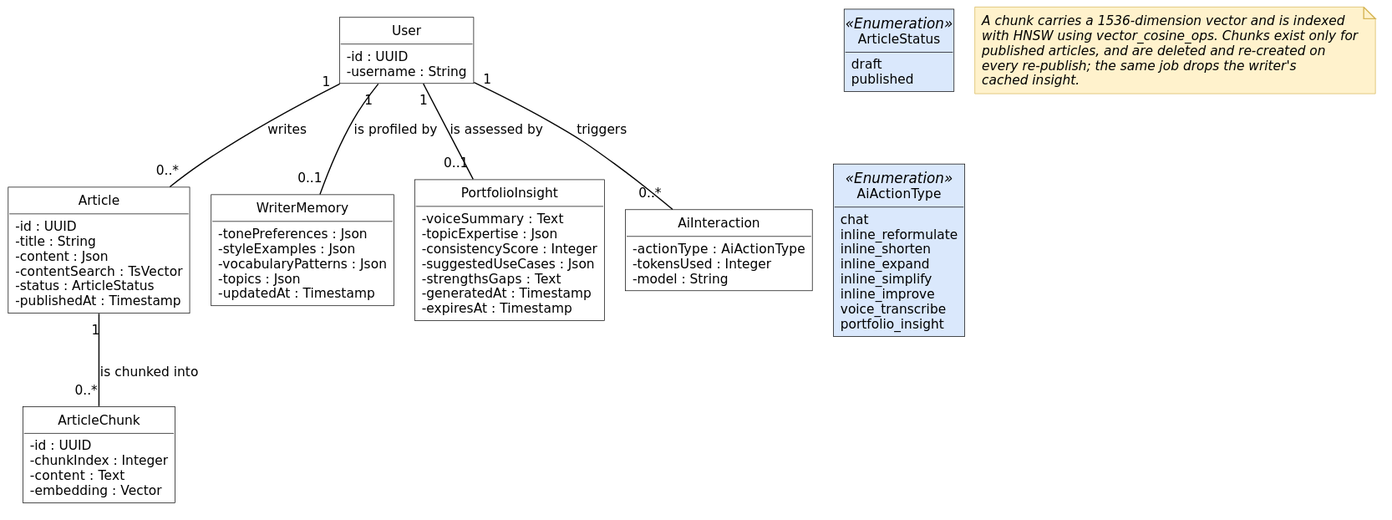
inkwell-dev/spec.inkwell.ai keeps this PlantUML diagram as diagrams/fig-5-6-classes-sprint-4/fig-5-6-classes-sprint-4.svg. Above is the earlier version. Its diagram source:
```plantuml
@startuml
!include ../_style.puml
skinparam nodesep 18
skinparam ranksep 45
hide circle
hide methods

class User {
  - id : UUID
  - username : String
}
class Article {
  - id : UUID
  - title : String
  - content : Json
  - contentSearch : TsVector
  - status : ArticleStatus
  - publishedAt : Timestamp
}
class ArticleChunk {
  - id : UUID
  - chunkIndex : Integer
  - content : Text
  - embedding : Vector
}
class WriterMemory {
  - tonePreferences : Json
  - styleExamples : Json
  - vocabularyPatterns : Json
  - topics : Json
  - updatedAt : Timestamp
}
class PortfolioInsight {
  - voiceSummary : Text
  - topicExpertise : Json
  - consistencyScore : Integer
  - suggestedUseCases : Json
  - strengthsGaps : Text
  - generatedAt : Timestamp
  - expiresAt : Timestamp
}
class AiInteraction {
  - actionType : AiActionType
  - tokensUsed : Integer
  - model : String
}

class ArticleStatus <<Enumeration>> {
  draft
  published
}
class AiActionType <<Enumeration>> {
  chat
  inline_reformulate
  inline_shorten
  inline_expand
  inline_simplify
  inline_improve
  voice_transcribe
  portfolio_insight
}

User "1" -- "0..*" Article : writes
Article "1" -- "0..*" ArticleChunk : is chunked into
User "1" -- "0..1" WriterMemory : is profiled by
User "1" -- "0..1" PortfolioInsight : is assessed by
User "1" -- "0..*" AiInteraction : triggers

note as N1
  A chunk carries a 1536-dimension vector and is indexed
  with HNSW using vector_cosine_ops. Chunks exist only for
  published articles, and are deleted and re-created on
  every re-publish; the same job drops the writer's
  cached insight.
end note

ArticleStatus -[hidden]down- AiActionType
@enduml
```
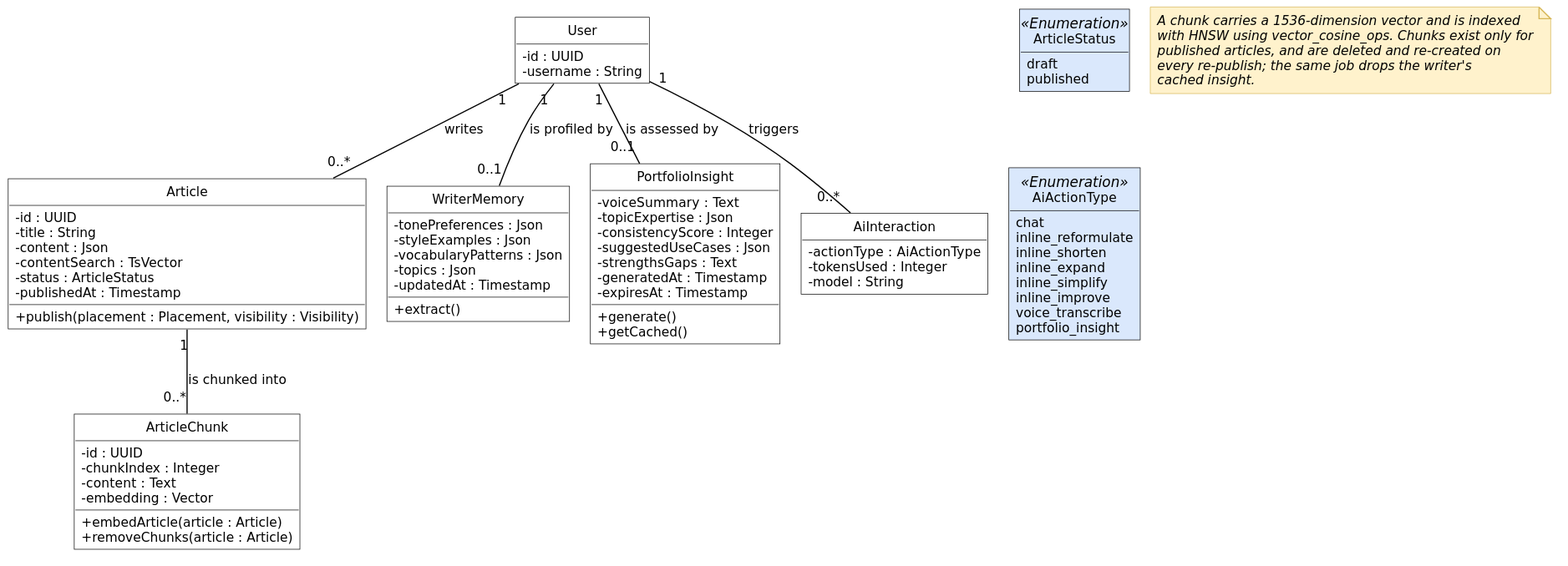
Later version of the same file.

The edit, as a diff of the source:
```diff
@@ -3,7 +3,7 @@
 skinparam nodesep 18
 skinparam ranksep 45
 hide circle
-hide methods
+hide empty methods
 
 class User {
   - id : UUID
@@ -16,12 +16,15 @@
   - contentSearch : TsVector
   - status : ArticleStatus
   - publishedAt : Timestamp
+  + publish(placement : Placement, visibility : Visibility)
 }
 class ArticleChunk {
   - id : UUID
   - chunkIndex : Integer
   - content : Text
   - embedding : Vector
+  + embedArticle(article : Article)
+  + removeChunks(article : Article)
 }
 class WriterMemory {
   - tonePreferences : Json
@@ -29,6 +32,7 @@
   - vocabularyPatterns : Json
   - topics : Json
   - updatedAt : Timestamp
+  + extract()
 }
 class PortfolioInsight {
   - voiceSummary : Text
@@ -38,6 +42,8 @@
   - strengthsGaps : Text
   - generatedAt : Timestamp
   - expiresAt : Timestamp
+  + generate()
+  + getCached()
 }
 class AiInteraction {
   - actionType : AiActionType
```
